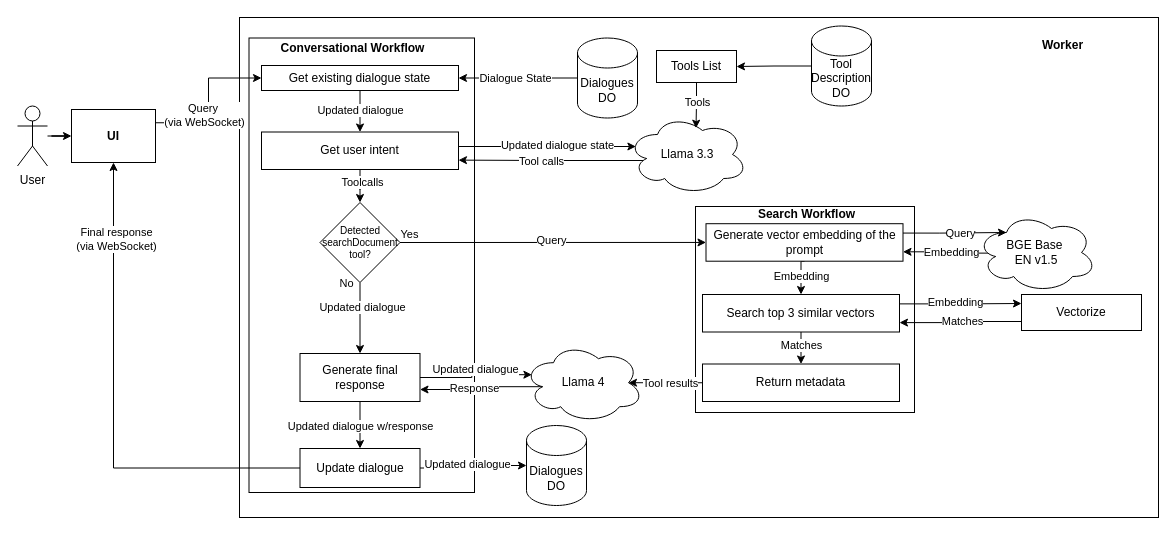
jaimerusso/cf_ai_tbot_lite keeps this draw.io diagram as page "Conversational" (1 of 3) of diagrams/diagrams.drawio. Above is the earlier version. Source tidied: cells renumbered, new cells numbered last; positions are measured from the earlier drawing's top-left corner, leaving out a move shared by most shapes. Both pictures are drawn from the tidied source at 100%, with x=0, y=0 at pixel (17, 17).
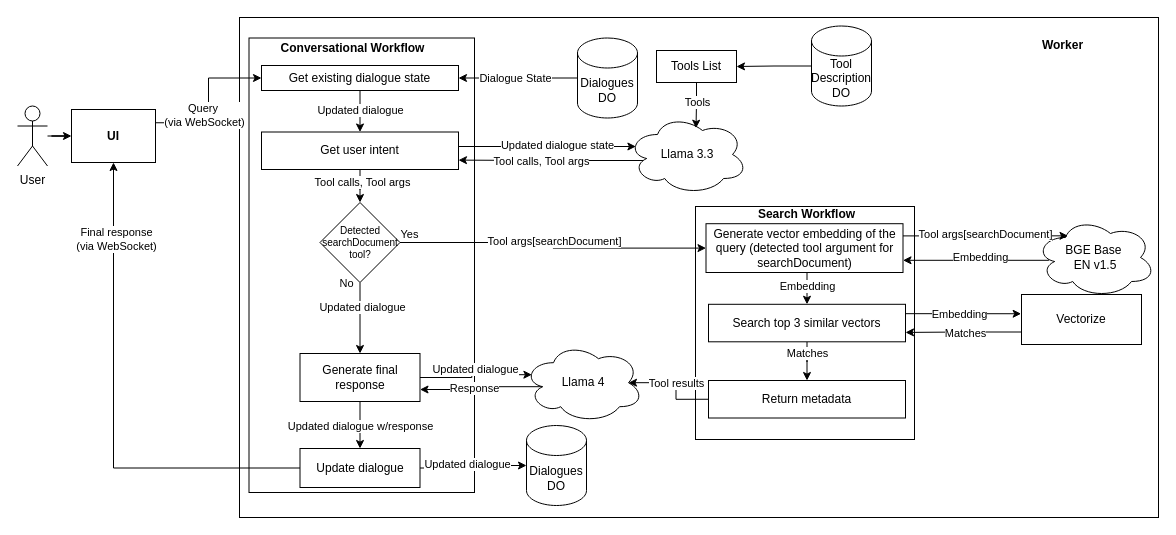
Above is the later version.

The change refers to these unchanged cells:
```xml
<mxCell id="17" style="edgeStyle=orthogonalEdgeStyle;rounded=0;jettySize=auto;html=1;entryX=0.5;entryY=0;entryDx=0;entryDy=0;textShadow=0;labelBorderColor=none;" parent="1" edge="1" source="19" target="31">
  <mxGeometry relative="1" as="geometry" />
</mxCell>
<mxCell id="20" style="edgeStyle=orthogonalEdgeStyle;rounded=0;jettySize=auto;html=1;exitX=0.16;exitY=0.55;exitDx=0;exitDy=0;exitPerimeter=0;entryX=1;entryY=0.75;entryDx=0;entryDy=0;" parent="1" edge="1" source="22" target="19">
  <mxGeometry relative="1" as="geometry">
    <Array as="points">
      <mxPoint x="629" y="143" />
      <mxPoint x="525" y="143" />
    </Array>
  </mxGeometry>
</mxCell>
<mxCell id="29" style="edgeStyle=orthogonalEdgeStyle;rounded=0;jettySize=auto;html=1;exitX=1;exitY=0.5;exitDx=0;exitDy=0;entryX=0;entryY=0.5;entryDx=0;entryDy=0;" parent="1" edge="1" source="31" target="53">
  <mxGeometry relative="1" as="geometry" />
</mxCell>
<mxCell id="60" style="edgeStyle=orthogonalEdgeStyle;rounded=0;jettySize=auto;html=1;exitX=0;exitY=0.75;exitDx=0;exitDy=0;entryX=1;entryY=0.75;entryDx=0;entryDy=0;" parent="1" edge="1" source="62" target="59">
  <mxGeometry relative="1" as="geometry" />
</mxCell>
```

The edit, as a diff of the source:
```diff
@@
-    <mxCell id="18" value="Toolcalls" style="edgeLabel;html=1;align=center;verticalAlign=middle;" parent="17" vertex="1">
+    <mxCell id="18" value="Tool calls, Tool args" style="edgeLabel;html=1;align=center;verticalAlign=middle;" parent="17" vertex="1">
       <mxGeometry x="0.52" relative="1" as="geometry">
         <mxPoint x="2" y="-10" as="offset" />
       </mxGeometry>
     </mxCell>
@@
-    <mxCell id="21" value="Tool calls" style="edgeLabel;html=1;align=center;verticalAlign=middle;" parent="20" vertex="1">
+    <mxCell id="21" value="Tool calls, Tool args" style="edgeLabel;html=1;align=center;verticalAlign=middle;" parent="20" vertex="1">
       <mxGeometry x="0.05" y="3" relative="1" as="geometry">
         <mxPoint x="-8" y="-3" as="offset" />
       </mxGeometry>
     </mxCell>
@@
-    <mxCell id="30" value="Query" style="edgeLabel;html=1;align=center;verticalAlign=middle;" parent="29" vertex="1">
+    <mxCell id="30" value="Tool args[searchDocument]" style="edgeLabel;html=1;align=center;verticalAlign=middle;" parent="29" vertex="1">
       <mxGeometry x="-0.07" y="1" relative="1" as="geometry">
         <mxPoint x="9" y="-1" as="offset" />
       </mxGeometry>
     </mxCell>
@@
     <mxCell id="34" style="rounded=0;whiteSpace=wrap;html=1;fillColor=none;" parent="1" vertex="1">
-      <mxGeometry x="678" y="189" width="219" height="206" as="geometry" />
+      <mxGeometry x="678" y="189" width="219" height="233" as="geometry" />
     </mxCell>
@@
-    <mxCell id="53" value="Generate vector embedding of the prompt" style="rounded=0;whiteSpace=wrap;html=1;" parent="1" vertex="1">
-      <mxGeometry x="688.5" y="206.2" width="197" height="37.5" as="geometry" />
+    <mxCell id="53" value="Generate vector embedding of the query (detected tool argument for searchDocument)" style="rounded=0;whiteSpace=wrap;html=1;" parent="1" vertex="1">
+      <mxGeometry x="688.5" y="206.2" width="197" height="48.8" as="geometry" />
     </mxCell>
@@
-    <mxCell id="55" style="edgeStyle=orthogonalEdgeStyle;rounded=0;jettySize=auto;html=1;exitX=1;exitY=0.25;exitDx=0;exitDy=0;entryX=0;entryY=0.25;entryDx=0;entryDy=0;" parent="1" edge="1" source="59" target="62">
+    <mxCell id="55" style="edgeStyle=orthogonalEdgeStyle;rounded=0;jettySize=auto;html=1;exitX=1;exitY=0.25;exitDx=0;exitDy=0;entryX=-0.003;entryY=0.385;entryDx=0;entryDy=0;entryPerimeter=0;" parent="1" edge="1" source="59" target="62">
       <mxGeometry relative="1" as="geometry" />
     </mxCell>
     <mxCell id="56" value="Embedding" style="edgeLabel;html=1;align=center;verticalAlign=middle;" parent="55" vertex="1">
       <mxGeometry x="-0.34" y="2" relative="1" as="geometry">
-        <mxPoint x="15" as="offset" />
+        <mxPoint x="15" y="2" as="offset" />
       </mxGeometry>
     </mxCell>
@@
     <mxCell id="59" value="Search top 3 similar vectors" style="rounded=0;whiteSpace=wrap;html=1;" parent="1" vertex="1">
-      <mxGeometry x="685" y="277" width="197" height="37.5" as="geometry" />
+      <mxGeometry x="691" y="286.8" width="197" height="37.5" as="geometry" />
     </mxCell>
@@
     <mxCell id="61" value="Matches" style="edgeLabel;html=1;align=center;verticalAlign=middle;" parent="60" vertex="1">
       <mxGeometry y="-1" relative="1" as="geometry">
-        <mxPoint x="1" y="-1" as="offset" />
+        <mxPoint x="1" y="2" as="offset" />
       </mxGeometry>
     </mxCell>
     <mxCell id="62" value="Vectorize" style="rounded=0;whiteSpace=wrap;html=1;" parent="1" vertex="1">
-      <mxGeometry x="1004" y="277" width="120" height="36" as="geometry" />
+      <mxGeometry x="1004" y="277" width="120" height="50" as="geometry" />
     </mxCell>
     <mxCell id="63" value="Return metadata" style="rounded=0;whiteSpace=wrap;html=1;" parent="1" vertex="1">
-      <mxGeometry x="685" y="346.5" width="197" height="37.5" as="geometry" />
+      <mxGeometry x="691" y="363" width="197" height="37.5" as="geometry" />
     </mxCell>
@@
     <mxCell id="67" style="edgeStyle=orthogonalEdgeStyle;rounded=0;jettySize=auto;html=1;entryX=1;entryY=0.75;entryDx=0;entryDy=0;exitX=0.111;exitY=0.508;exitDx=0;exitDy=0;exitPerimeter=0;" parent="1" edge="1" source="69" target="53">
-      <mxGeometry relative="1" as="geometry" />
+      <mxGeometry relative="1" as="geometry">
+        <Array as="points">
+          <mxPoint x="1031" y="243" />
+        </Array>
+      </mxGeometry>
     </mxCell>
     <mxCell id="68" value="Embedding" style="edgeLabel;html=1;align=center;verticalAlign=middle;" parent="67" vertex="1">
       <mxGeometry x="-0.07" y="1" relative="1" as="geometry">
-        <mxPoint x="2" y="-2" as="offset" />
+        <mxPoint x="-2" y="-4" as="offset" />
       </mxGeometry>
     </mxCell>
     <mxCell id="69" value="BGE Base&amp;nbsp;&lt;div&gt;EN v1.5&lt;/div&gt;" style="ellipse;shape=cloud;whiteSpace=wrap;html=1;" parent="1" vertex="1">
-      <mxGeometry x="959" y="195" width="120" height="80" as="geometry" />
+      <mxGeometry x="1018" y="200" width="120" height="80" as="geometry" />
     </mxCell>
-    <mxCell id="70" style="edgeStyle=orthogonalEdgeStyle;rounded=0;jettySize=auto;html=1;exitX=1;exitY=0.25;exitDx=0;exitDy=0;entryX=0.25;entryY=0.25;entryDx=0;entryDy=0;entryPerimeter=0;" parent="1" edge="1" source="53" target="69">
+    <mxCell id="70" style="edgeStyle=orthogonalEdgeStyle;rounded=0;jettySize=auto;html=1;exitX=1;exitY=0.25;exitDx=0;exitDy=0;entryX=0.271;entryY=0.229;entryDx=0;entryDy=0;entryPerimeter=0;" parent="1" edge="1" source="53" target="69">
       <mxGeometry relative="1" as="geometry" />
     </mxCell>
-    <mxCell id="71" value="Query" style="edgeLabel;html=1;align=center;verticalAlign=middle;" parent="70" vertex="1">
+    <mxCell id="71" value="Tool args[searchDocument]" style="edgeLabel;html=1;align=center;verticalAlign=middle;" parent="70" vertex="1">
       <mxGeometry x="0.26" relative="1" as="geometry">
-        <mxPoint x="-8" as="offset" />
+        <mxPoint x="-22" y="-2" as="offset" />
       </mxGeometry>
     </mxCell>
```
